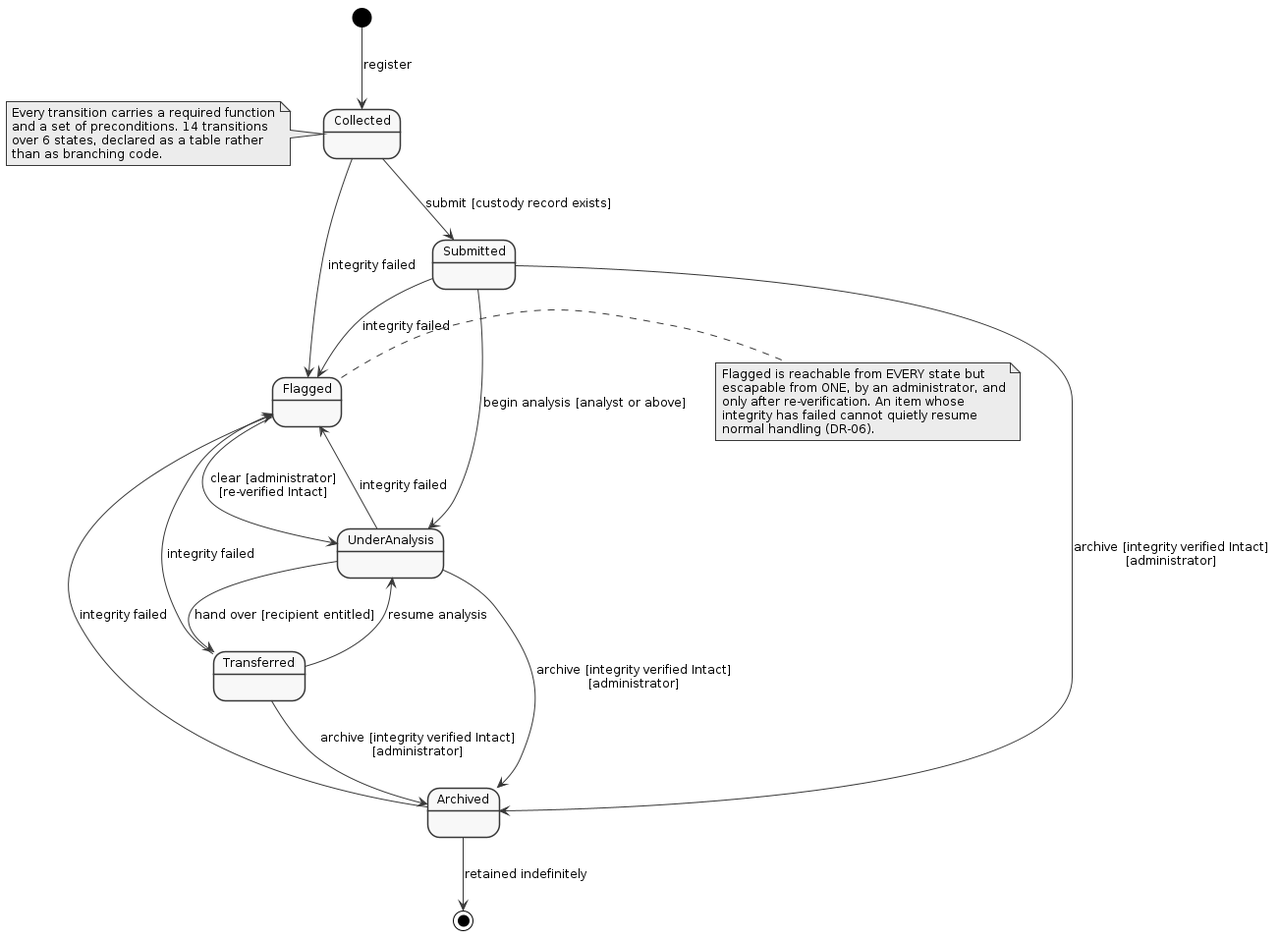
Earlier version of the PlantUML export diagrams_v3/15_state_evidence.png (vidhyaharini0/DEICMS). Its diagram source:
```plantuml
@startuml
skinparam monochrome true
skinparam shadowing false
skinparam defaultFontName Arial
skinparam defaultFontSize 12
skinparam backgroundColor white

[*] --> Collected : register

Collected     --> Submitted      : submit [custody record exists]
Submitted     --> UnderAnalysis  : begin analysis [analyst or above]
UnderAnalysis --> Transferred    : hand over [recipient entitled]
Transferred   --> UnderAnalysis  : resume analysis
UnderAnalysis --> Archived       : archive [integrity verified Intact]\n[administrator]
Transferred   --> Archived       : archive [integrity verified Intact]\n[administrator]
Submitted     --> Archived       : archive [integrity verified Intact]\n[administrator]

Collected     --> Flagged : integrity failed
Submitted     --> Flagged : integrity failed
UnderAnalysis --> Flagged : integrity failed
Transferred   --> Flagged : integrity failed
Archived      --> Flagged : integrity failed

Flagged --> UnderAnalysis : clear [administrator]\n[re-verified Intact]

Archived --> [*] : retained indefinitely

note right of Flagged
  Flagged is reachable from EVERY state but
  escapable from ONE, by an administrator, and
  only after re-verification. An item whose
  integrity has failed cannot quietly resume
  normal handling (DR-06).
end note

note left of Collected
  Every transition carries a required function
  and a set of preconditions. 14 transitions
  over 6 states, declared as a table rather
  than as branching code.
end note
@enduml
```
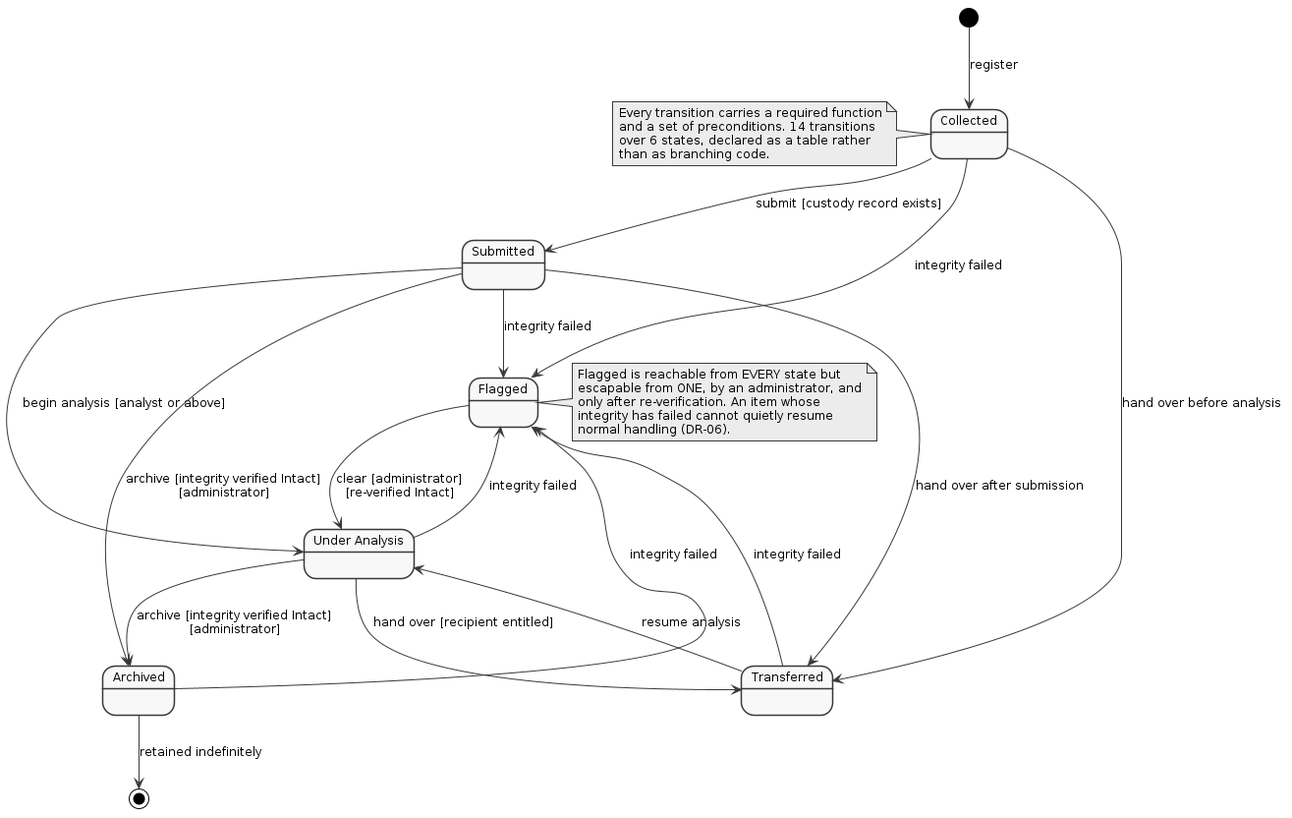
After the commit.

What changed in the source:
```diff
@@ -5,14 +5,17 @@
 skinparam defaultFontSize 12
 skinparam backgroundColor white
 
+state "Under Analysis" as UnderAnalysis
+
 [*] --> Collected : register
 
 Collected     --> Submitted      : submit [custody record exists]
 Submitted     --> UnderAnalysis  : begin analysis [analyst or above]
 UnderAnalysis --> Transferred    : hand over [recipient entitled]
 Transferred   --> UnderAnalysis  : resume analysis
+Collected     --> Transferred    : hand over before analysis
+Submitted     --> Transferred    : hand over after submission
 UnderAnalysis --> Archived       : archive [integrity verified Intact]\n[administrator]
-Transferred   --> Archived       : archive [integrity verified Intact]\n[administrator]
 Submitted     --> Archived       : archive [integrity verified Intact]\n[administrator]
 
 Collected     --> Flagged : integrity failed
```
